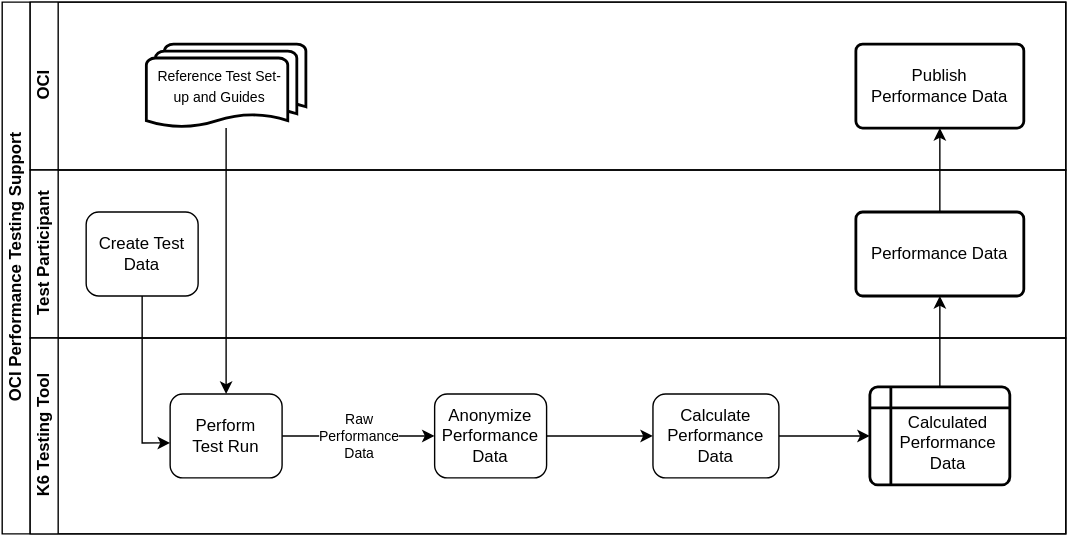
Before: content/assets/OCI Performance Testing Support.svg, a diagram exported from draw.io (Open-Credentialing-Initiative/OCI-Governance). Source tidied: cells renumbered, new cells last; positions are measured from the earlier drawing's top-left corner, leaving out a move shared by most shapes.
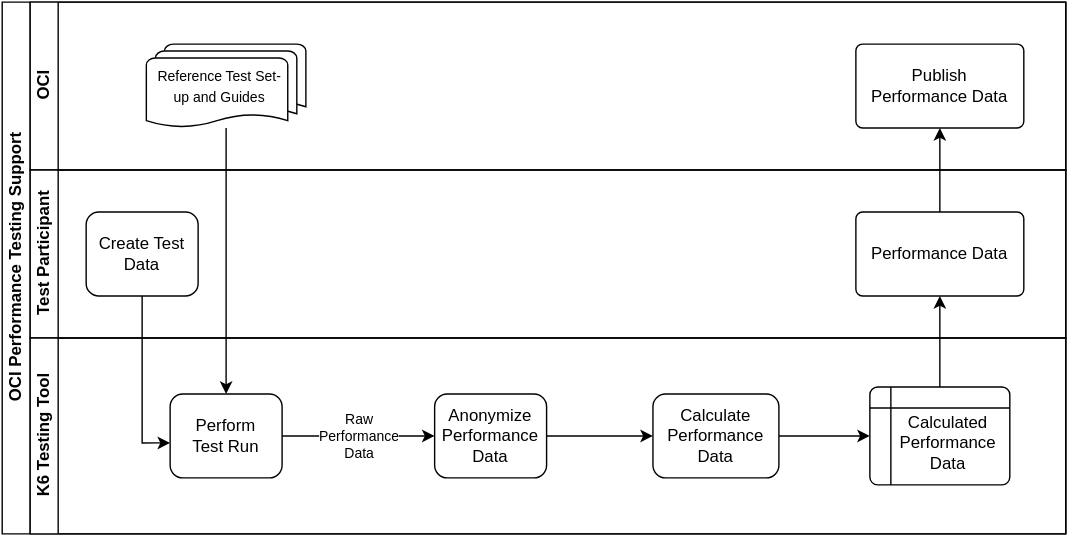
After the commit.

What changed in the source:
```diff
@@ -8,10 +8,10 @@
     <mxCell id="3" value="OCI" style="swimlane;html=1;startSize=20;horizontal=0;" parent="2" vertex="1">
       <mxGeometry x="20" width="740" height="120" as="geometry" />
     </mxCell>
-    <mxCell id="4" value="&lt;font style=&quot;font-size: 10px;&quot;&gt;Reference Test Set-up and Guides&lt;/font&gt;" style="strokeWidth=2;html=1;shape=mxgraph.flowchart.multi-document;whiteSpace=wrap;spacing=4;spacingRight=9;" parent="3" vertex="1">
+    <mxCell id="4" value="&lt;font style=&quot;font-size: 10px;&quot;&gt;Reference Test Set-up and Guides&lt;/font&gt;" style="strokeWidth=1;html=1;shape=mxgraph.flowchart.multi-document;whiteSpace=wrap;spacing=4;spacingRight=9;" parent="3" vertex="1">
       <mxGeometry x="83" y="30" width="114" height="60" as="geometry" />
     </mxCell>
-    <mxCell id="5" value="Publish&lt;div&gt;Performance Data&lt;/div&gt;" style="whiteSpace=wrap;html=1;rounded=1;arcSize=8;strokeWidth=2;spacingLeft=0;spacingTop=0;" parent="3" vertex="1">
+    <mxCell id="5" value="Publish&lt;div&gt;Performance Data&lt;/div&gt;" style="whiteSpace=wrap;html=1;rounded=1;arcSize=8;strokeWidth=1;spacingLeft=0;spacingTop=0;" parent="3" vertex="1">
       <mxGeometry x="590" y="30" width="120" height="60" as="geometry" />
     </mxCell>
     <mxCell id="6" value="Test Participant" style="swimlane;html=1;startSize=20;horizontal=0;" parent="2" vertex="1">
@@ -20,7 +20,7 @@
     <mxCell id="7" value="Create Test Data" style="rounded=1;whiteSpace=wrap;html=1;fontFamily=Helvetica;fontSize=12;fontColor=#000000;align=center;" parent="6" vertex="1">
       <mxGeometry x="40" y="30" width="80" height="60" as="geometry" />
     </mxCell>
-    <mxCell id="8" value="Performance Data" style="whiteSpace=wrap;html=1;rounded=1;arcSize=8;strokeWidth=2;spacingLeft=0;spacingTop=0;" parent="6" vertex="1">
+    <mxCell id="8" value="Performance Data" style="whiteSpace=wrap;html=1;rounded=1;arcSize=8;strokeWidth=1;spacingLeft=0;spacingTop=0;" parent="6" vertex="1">
       <mxGeometry x="590" y="30" width="120" height="60" as="geometry" />
     </mxCell>
     <mxCell id="9" value="K6 Testing Tool" style="swimlane;html=1;startSize=20;horizontal=0;" parent="2" vertex="1">
@@ -44,7 +44,7 @@
     <mxCell id="15" value="Calculate Performance Data" style="whiteSpace=wrap;html=1;fontColor=#000000;rounded=1;" parent="9" vertex="1">
       <mxGeometry x="445" y="40" width="90" height="60" as="geometry" />
     </mxCell>
-    <mxCell id="16" value="Calculated Performance Data" style="shape=internalStorage;whiteSpace=wrap;html=1;dx=15;dy=15;rounded=1;arcSize=8;strokeWidth=2;spacingLeft=12;spacingTop=9;" parent="9" vertex="1">
+    <mxCell id="16" value="Calculated Performance Data" style="shape=internalStorage;whiteSpace=wrap;html=1;dx=15;dy=15;rounded=1;arcSize=8;strokeWidth=1;spacingLeft=12;spacingTop=9;" parent="9" vertex="1">
       <mxGeometry x="600" y="35" width="100" height="70" as="geometry" />
     </mxCell>
     <mxCell id="17" style="edgeStyle=orthogonalEdgeStyle;rounded=0;jettySize=auto;html=1;entryX=0.5;entryY=0;entryDx=0;entryDy=0;" parent="2" edge="1" source="4" target="11">
```
